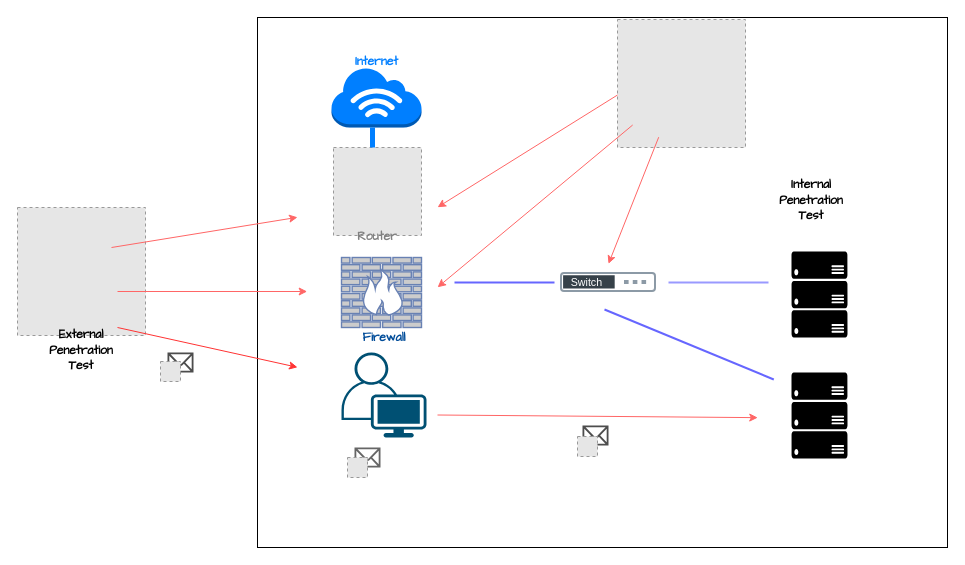
ranjith-k-rajan/new keeps this draw.io diagram as External-vs-Internal.drawio. Above is the earlier version. Source tidied: cells renumbered, new cells numbered last; positions are measured from the earlier drawing's top-left corner, leaving out a move shared by most shapes. Both pictures are drawn from the tidied source at 100%, with x=0, y=0 at pixel (17, 17). Pictures stored in the file or linked from it are replaced by grey dashed boxes.
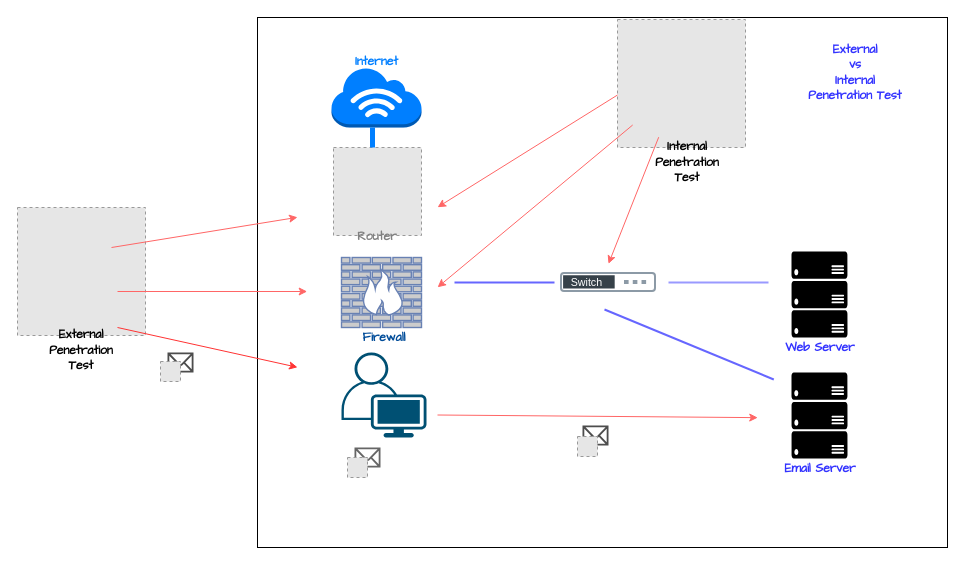
The same diagram, later.

Diff of the diagram source:
```diff
@@
     <mxCell id="6" value="&lt;b&gt;&lt;font face=&quot;Comic Sans MS&quot;&gt;Internal Penetration Test&lt;/font&gt;&lt;/b&gt;" style="text;html=1;strokeColor=none;fillColor=none;align=center;verticalAlign=middle;whiteSpace=wrap;rounded=0;" parent="1" vertex="1">
-      <mxGeometry x="764" y="168" width="60" height="30" as="geometry" />
+      <mxGeometry x="640" y="130" width="60" height="30" as="geometry" />
     </mxCell>
@@
+    <mxCell id="34" value="&lt;font face=&quot;Comic Sans MS&quot; color=&quot;#3333ff&quot;&gt;&lt;b&gt;Web Server&lt;/b&gt;&lt;/font&gt;" style="text;html=1;strokeColor=none;fillColor=none;align=center;verticalAlign=middle;whiteSpace=wrap;rounded=0;" parent="1" vertex="1">
+      <mxGeometry x="764" y="315" width="78" height="30" as="geometry" />
+    </mxCell>
+    <mxCell id="35" value="&lt;b&gt;&lt;font color=&quot;#3333ff&quot; face=&quot;Comic Sans MS&quot;&gt;Email Server&lt;/font&gt;&lt;/b&gt;" style="text;html=1;strokeColor=none;fillColor=none;align=center;verticalAlign=middle;whiteSpace=wrap;rounded=0;" parent="1" vertex="1">
+      <mxGeometry x="760" y="436" width="86" height="30" as="geometry" />
+    </mxCell>
+    <mxCell id="36" value="&lt;b&gt;&lt;font color=&quot;#3333ff&quot; face=&quot;Comic Sans MS&quot;&gt;External&lt;br&gt;vs&lt;br&gt;Internal&lt;br&gt;Penetration Test&lt;/font&gt;&lt;/b&gt;" style="text;html=1;strokeColor=none;fillColor=none;align=center;verticalAlign=middle;whiteSpace=wrap;rounded=0;" parent="1" vertex="1">
+      <mxGeometry x="786" y="40" width="104" height="30" as="geometry" />
+    </mxCell>
```
